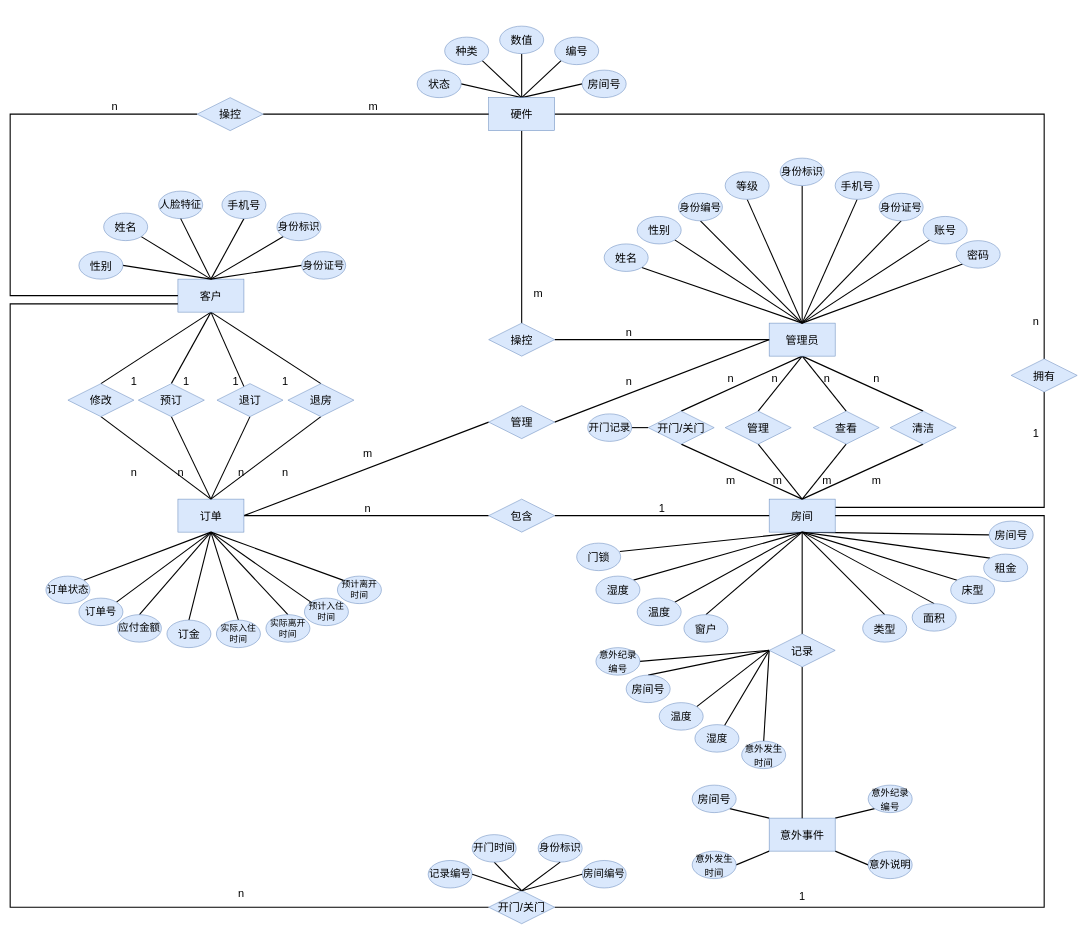
The draw.io diagram docs/src/E-R图.drawio in AndSonder/smart-hotel-database, before the edit. Source tidied: cells renumbered, new cells numbered last; positions are measured from the earlier drawing's top-left corner, leaving out a move shared by most shapes. Both pictures are drawn from the tidied source at 55%, with x=0, y=0 at pixel (10, 26).
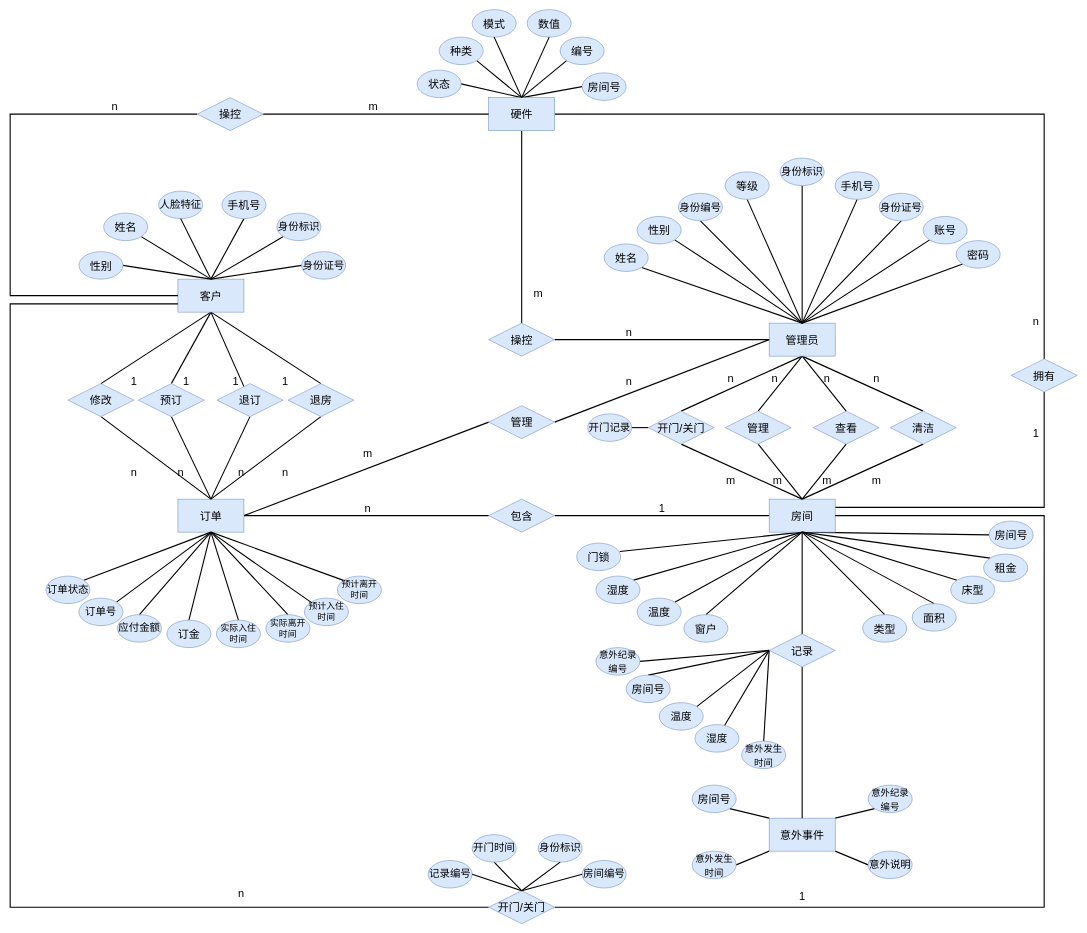
After the change.

The change refers to these unchanged cells:
```xml
<mxCell id="39" value="硬件" style="rounded=0;whiteSpace=wrap;html=1;fillColor=#dae8fc;strokeColor=#6c8ebf;fontSize=20;" parent="1" vertex="1">
  <mxGeometry x="870" y="130" width="120" height="60" as="geometry" />
</mxCell>
```

Diff of the diagram source:
```diff
@@
-    <mxCell id="34" style="edgeStyle=orthogonalEdgeStyle;rounded=0;jettySize=auto;html=1;exitX=0.5;exitY=0;exitDx=0;exitDy=0;fontSize=20;startArrow=none;startFill=0;endArrow=none;endFill=0;strokeWidth=2;" parent="1" edge="1" source="39" target="91">
-      <mxGeometry relative="1" as="geometry" />
-    </mxCell>
@@
     <mxCell id="90" value="种类" style="ellipse;whiteSpace=wrap;html=1;fontSize=20;fillColor=#dae8fc;strokeColor=#6c8ebf;" parent="1" vertex="1">
-      <mxGeometry x="790" y="20" width="80" height="50" as="geometry" />
+      <mxGeometry x="780" y="20" width="80" height="50" as="geometry" />
     </mxCell>
     <mxCell id="91" value="数值" style="ellipse;whiteSpace=wrap;html=1;fontSize=20;fillColor=#dae8fc;strokeColor=#6c8ebf;" parent="1" vertex="1">
-      <mxGeometry x="890" width="80" height="50" as="geometry" />
+      <mxGeometry x="940" y="-30" width="80" height="50" as="geometry" />
     </mxCell>
     <mxCell id="92" value="编号" style="ellipse;whiteSpace=wrap;html=1;fontSize=20;fillColor=#dae8fc;strokeColor=#6c8ebf;" parent="1" vertex="1">
-      <mxGeometry x="990" y="20" width="80" height="50" as="geometry" />
+      <mxGeometry x="1000" y="20" width="80" height="50" as="geometry" />
     </mxCell>
     <mxCell id="93" value="房间号" style="ellipse;whiteSpace=wrap;html=1;fontSize=20;fillColor=#dae8fc;strokeColor=#6c8ebf;" parent="1" vertex="1">
-      <mxGeometry x="1040" y="80" width="80" height="50" as="geometry" />
+      <mxGeometry x="1040" y="85" width="80" height="50" as="geometry" />
     </mxCell>
@@
+    <mxCell id="185" value="模式" style="ellipse;whiteSpace=wrap;html=1;fontSize=20;fillColor=#dae8fc;strokeColor=#6c8ebf;" parent="1" vertex="1">
+      <mxGeometry x="840" y="-30" width="80" height="50" as="geometry" />
+    </mxCell>
+    <mxCell id="34" style="endArrow=none;html=1;exitX=0.5;exitY=0;exitDx=0;exitDy=0;entryX=0.5;entryY=1;entryDx=0;entryDy=0;strokeWidth=2;" parent="1" edge="1" source="39" target="91">
+      <mxGeometry relative="1" as="geometry" />
+    </mxCell>
+    <mxCell id="186" style="endArrow=none;html=1;exitX=0.5;exitY=0;exitDx=0;exitDy=0;entryX=0.5;entryY=1;entryDx=0;entryDy=0;strokeWidth=2;" parent="1" edge="1" source="39" target="185">
+      <mxGeometry relative="1" as="geometry" />
+    </mxCell>
```
